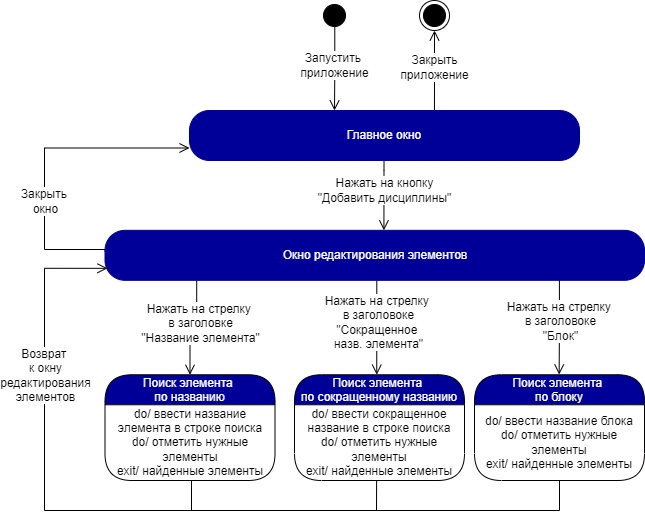
Before: SM_Bloks/Edit_element/Search/State_machine_edit_element_search_1.drawio.png, a diagram exported from draw.io (iCosmos76/Curriculum-Designer). Source tidied: cells renumbered, new cells last; positions are measured from the earlier drawing's top-left corner, leaving out a move shared by most shapes. The source it was exported from:
```xml
<mxGraphModel>
  <root>
    <mxCell id="0" />
    <mxCell id="1" parent="0" />
    <mxCell id="2" style="ellipse;html=1;shape=startState;fillColor=#000000;strokeColor=#000000;fontColor=#000099;" parent="1" vertex="1">
      <mxGeometry x="275" width="30" height="30" as="geometry" />
    </mxCell>
    <mxCell id="3" value="&lt;font style=&quot;font-size: 12px&quot;&gt;Запустить &lt;br&gt;приложение&lt;/font&gt;" style="edgeStyle=orthogonalEdgeStyle;html=1;verticalAlign=bottom;endArrow=open;endSize=8;strokeColor=#030000;rounded=0;exitX=0.509;exitY=0.876;exitDx=0;exitDy=0;exitPerimeter=0;spacingBottom=-14;fontSize=10;" parent="1" edge="1" source="2">
      <mxGeometry relative="1" as="geometry">
        <mxPoint x="290" y="110" as="targetPoint" />
      </mxGeometry>
    </mxCell>
    <mxCell id="4" value="&lt;font style=&quot;font-size: 12px&quot;&gt;Закрыть&lt;br&gt;приложение&lt;/font&gt;" style="edgeStyle=orthogonalEdgeStyle;html=1;verticalAlign=bottom;endArrow=open;endSize=8;strokeColor=#030000;rounded=0;spacingBottom=-14;fontSize=10;entryX=0.5;entryY=1;entryDx=0;entryDy=0;exitX=0.781;exitY=0;exitDx=0;exitDy=0;exitPerimeter=0;" parent="1" edge="1" target="5">
      <mxGeometry relative="1" as="geometry">
        <mxPoint x="390" y="110" as="sourcePoint" />
        <Array as="points">
          <mxPoint x="390" y="70" />
          <mxPoint x="390" y="70" />
        </Array>
      </mxGeometry>
    </mxCell>
    <mxCell id="5" style="ellipse;html=1;shape=endState;fillColor=#000000;strokeColor=#030000;" parent="1" vertex="1">
      <mxGeometry x="375" width="30" height="30" as="geometry" />
    </mxCell>
    <mxCell id="6" value="Главное окно" style="rounded=1;whiteSpace=wrap;html=1;arcSize=40;fontColor=#FFFFFF;fillColor=#000099;strokeColor=#000099;" parent="1" vertex="1">
      <mxGeometry x="145" y="110" width="390" height="50" as="geometry" />
    </mxCell>
    <mxCell id="7" style="edgeStyle=orthogonalEdgeStyle;html=1;verticalAlign=bottom;endArrow=open;endSize=8;strokeColor=#000000;rounded=0;fontSize=10;exitX=0.097;exitY=1.006;exitDx=0;exitDy=0;exitPerimeter=0;entryX=0.154;entryY=0;entryDx=0;entryDy=0;entryPerimeter=0;" parent="1" edge="1">
      <mxGeometry relative="1" as="geometry">
        <mxPoint x="339.5" y="160.1" as="sourcePoint" />
        <mxPoint x="339.4" y="229.8" as="targetPoint" />
        <Array as="points">
          <mxPoint x="339.4" y="169.8" />
        </Array>
      </mxGeometry>
    </mxCell>
    <mxCell id="8" value="Нажать на кнопку&lt;br&gt;&quot;Добавить дисциплины&quot;" style="edgeLabel;html=1;align=center;verticalAlign=middle;fontSize=12;" parent="7" vertex="1">
      <mxGeometry x="-0.25" y="2" relative="1" as="geometry">
        <mxPoint x="-2" y="3" as="offset" />
      </mxGeometry>
    </mxCell>
    <mxCell id="9" value="Поиск элемента &#10;по названию" style="swimlane;fontStyle=0;align=center;verticalAlign=middle;horizontal=1;startSize=30;fontColor=#FFFFFF;rounded=1;arcSize=30;strokeColor=#030000;fillColor=#000099;swimlaneFillColor=#FFFFFF;fontSize=12;" parent="1" vertex="1">
      <mxGeometry x="60.5" y="374.3" width="170" height="105.7" as="geometry" />
    </mxCell>
    <mxCell id="10" value="do/ ввести название элемента в строке поиска&lt;br&gt;do/ отметить нужные элементы&lt;br&gt;exit/ найденные элементы" style="text;html=1;strokeColor=none;fillColor=none;align=center;verticalAlign=middle;spacingLeft=4;spacingRight=4;whiteSpace=wrap;overflow=hidden;fontColor=#000000;fontSize=12;" parent="9" vertex="1">
      <mxGeometry y="30" width="170" height="75.7" as="geometry" />
    </mxCell>
    <mxCell id="11" value="Окно редактирования элементов" style="rounded=1;whiteSpace=wrap;html=1;arcSize=40;fontColor=#FFFFFF;fillColor=#000099;strokeColor=#000099;" parent="1" vertex="1">
      <mxGeometry x="60.5" y="229.8" width="539.5" height="50" as="geometry" />
    </mxCell>
    <mxCell id="12" style="edgeStyle=orthogonalEdgeStyle;html=1;verticalAlign=bottom;endArrow=open;endSize=8;strokeColor=#000000;rounded=0;fontSize=10;entryX=0.5;entryY=0;entryDx=0;entryDy=0;exitX=0.17;exitY=1.01;exitDx=0;exitDy=0;exitPerimeter=0;" parent="1" edge="1" source="11" target="9">
      <mxGeometry relative="1" as="geometry" />
    </mxCell>
    <mxCell id="13" value="Нажать на стрелку &lt;br&gt;в заголовке&lt;br&gt;&quot;Название элемента&quot;" style="edgeLabel;html=1;align=center;verticalAlign=middle;fontSize=12;" parent="12" vertex="1">
      <mxGeometry x="-0.25" y="2" relative="1" as="geometry">
        <mxPoint x="1" y="4" as="offset" />
      </mxGeometry>
    </mxCell>
    <mxCell id="14" style="edgeStyle=orthogonalEdgeStyle;html=1;verticalAlign=bottom;endArrow=open;endSize=8;strokeColor=#000000;rounded=0;fontSize=10;exitX=0.5;exitY=1;exitDx=0;exitDy=0;" parent="1" edge="1" source="10">
      <mxGeometry relative="1" as="geometry">
        <mxPoint x="63" y="267.8" as="targetPoint" />
        <Array as="points">
          <mxPoint x="147" y="480" />
          <mxPoint x="147" y="510" />
          <mxPoint y="510" />
          <mxPoint y="268" />
        </Array>
      </mxGeometry>
    </mxCell>
    <mxCell id="15" value="Возврат &lt;br&gt;к окну&lt;br&gt;редактирования&lt;br&gt;элементов" style="edgeLabel;html=1;align=center;verticalAlign=middle;fontSize=12;" parent="14" vertex="1">
      <mxGeometry x="-0.25" y="2" relative="1" as="geometry">
        <mxPoint x="2" y="-133" as="offset" />
      </mxGeometry>
    </mxCell>
    <mxCell id="16" style="edgeStyle=orthogonalEdgeStyle;html=1;verticalAlign=bottom;endArrow=open;endSize=8;strokeColor=#000000;rounded=0;fontSize=10;exitX=0;exitY=0.42;exitDx=0;exitDy=0;exitPerimeter=0;entryX=0;entryY=0.75;entryDx=0;entryDy=0;" parent="1" edge="1" source="11" target="6">
      <mxGeometry relative="1" as="geometry">
        <Array as="points">
          <mxPoint x="61" y="249" />
          <mxPoint y="249" />
          <mxPoint y="148" />
        </Array>
      </mxGeometry>
    </mxCell>
    <mxCell id="17" value="Закрыть &lt;br&gt;окно" style="edgeLabel;html=1;align=center;verticalAlign=middle;fontSize=12;" parent="16" vertex="1">
      <mxGeometry x="-0.36" y="-2" relative="1" as="geometry">
        <mxPoint x="-2" y="-13" as="offset" />
      </mxGeometry>
    </mxCell>
    <mxCell id="18" style="edgeStyle=orthogonalEdgeStyle;html=1;verticalAlign=bottom;endArrow=open;endSize=8;strokeColor=#000000;rounded=0;fontSize=10;" parent="1" edge="1">
      <mxGeometry relative="1" as="geometry">
        <mxPoint x="332" y="280" as="sourcePoint" />
        <mxPoint x="332.2" y="374.2" as="targetPoint" />
        <Array as="points">
          <mxPoint x="332.1" y="374" />
        </Array>
      </mxGeometry>
    </mxCell>
    <mxCell id="19" value="Нажать на стрелку &lt;br&gt;в заголовоке&lt;br&gt;&quot;Сокращенное &lt;br&gt;назв. элемента&quot;" style="edgeLabel;html=1;align=center;verticalAlign=middle;fontSize=12;" parent="18" vertex="1">
      <mxGeometry x="-0.25" y="2" relative="1" as="geometry">
        <mxPoint x="-1" y="6" as="offset" />
      </mxGeometry>
    </mxCell>
    <mxCell id="20" style="endArrow=none;html=1;rounded=0;" parent="1" edge="1">
      <mxGeometry relative="1" as="geometry">
        <mxPoint x="86.2" y="510" as="sourcePoint" />
        <mxPoint x="515" y="510" as="targetPoint" />
      </mxGeometry>
    </mxCell>
    <mxCell id="21" style="edgeStyle=orthogonalEdgeStyle;html=1;verticalAlign=bottom;endArrow=open;endSize=8;strokeColor=#000000;rounded=0;fontSize=10;" parent="1" edge="1">
      <mxGeometry relative="1" as="geometry">
        <mxPoint x="514.9" y="279.8" as="sourcePoint" />
        <mxPoint x="514.7" y="374" as="targetPoint" />
        <Array as="points">
          <mxPoint x="514.9" y="326.8" />
          <mxPoint x="514.9" y="326.8" />
        </Array>
      </mxGeometry>
    </mxCell>
    <mxCell id="22" value="Нажать на стрелку &lt;br&gt;в заголовоке&lt;br&gt;&quot;Блок&quot;" style="edgeLabel;html=1;align=center;verticalAlign=middle;fontSize=12;" parent="21" vertex="1">
      <mxGeometry x="-0.25" y="2" relative="1" as="geometry">
        <mxPoint x="-1" y="6" as="offset" />
      </mxGeometry>
    </mxCell>
    <mxCell id="23" value="Поиск элемента &#10;по сокращенному названию" style="swimlane;fontStyle=0;align=center;verticalAlign=middle;horizontal=1;startSize=30;fontColor=#FFFFFF;rounded=1;arcSize=30;strokeColor=#030000;fillColor=#000099;swimlaneFillColor=#FFFFFF;fontSize=12;" parent="1" vertex="1">
      <mxGeometry x="250" y="374.3" width="170" height="105.7" as="geometry" />
    </mxCell>
    <mxCell id="24" value="do/ ввести сокращенное название в строке поиска&lt;br&gt;do/ отметить нужные элементы&lt;br&gt;exit/ найденные элементы" style="text;html=1;strokeColor=none;fillColor=none;align=center;verticalAlign=middle;spacingLeft=4;spacingRight=4;whiteSpace=wrap;overflow=hidden;fontColor=#000000;fontSize=12;" parent="23" vertex="1">
      <mxGeometry y="30" width="170" height="75.7" as="geometry" />
    </mxCell>
    <mxCell id="25" value="Поиск элемента &#10;по блоку" style="swimlane;fontStyle=0;align=center;verticalAlign=middle;horizontal=1;startSize=30;fontColor=#FFFFFF;rounded=1;arcSize=30;strokeColor=#030000;fillColor=#000099;swimlaneFillColor=#FFFFFF;fontSize=12;" parent="1" vertex="1">
      <mxGeometry x="430" y="374.3" width="170" height="105.7" as="geometry" />
    </mxCell>
    <mxCell id="26" value="do/ ввести название блока&lt;br&gt;do/ отметить нужные элементы&lt;br&gt;exit/ найденные элементы" style="text;html=1;strokeColor=none;fillColor=none;align=center;verticalAlign=middle;spacingLeft=4;spacingRight=4;whiteSpace=wrap;overflow=hidden;fontColor=#000000;fontSize=12;" parent="25" vertex="1">
      <mxGeometry y="30" width="170" height="75.7" as="geometry" />
    </mxCell>
    <mxCell id="27" style="endArrow=none;html=1;rounded=0;entryX=0.483;entryY=1.004;entryDx=0;entryDy=0;entryPerimeter=0;" parent="1" edge="1" target="24">
      <mxGeometry relative="1" as="geometry">
        <mxPoint x="332" y="510" as="sourcePoint" />
      </mxGeometry>
    </mxCell>
    <mxCell id="28" style="endArrow=none;html=1;rounded=0;entryX=0.5;entryY=1;entryDx=0;entryDy=0;" parent="1" edge="1" target="26">
      <mxGeometry relative="1" as="geometry">
        <mxPoint x="515" y="510" as="sourcePoint" />
      </mxGeometry>
    </mxCell>
  </root>
</mxGraphModel>
```
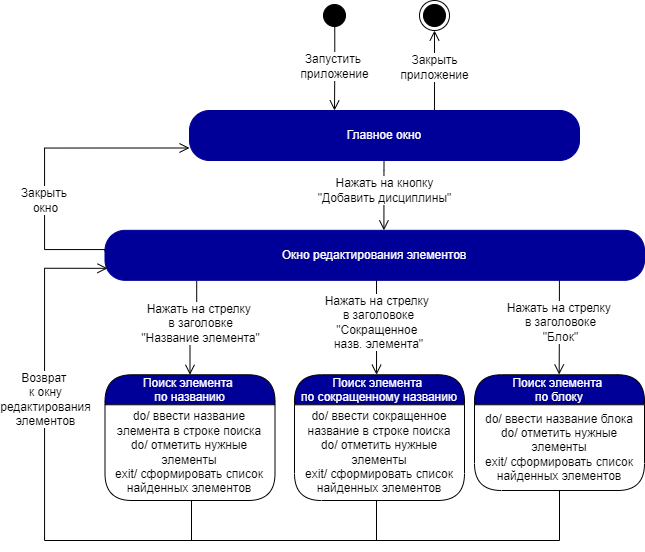
After the change.

Change to the diagram source:
```diff
@@ -40,10 +40,10 @@
       </mxGeometry>
     </mxCell>
     <mxCell id="9" value="Поиск элемента &#10;по названию" style="swimlane;fontStyle=0;align=center;verticalAlign=middle;horizontal=1;startSize=30;fontColor=#FFFFFF;rounded=1;arcSize=30;strokeColor=#030000;fillColor=#000099;swimlaneFillColor=#FFFFFF;fontSize=12;" parent="1" vertex="1">
-      <mxGeometry x="60.5" y="374.3" width="170" height="105.7" as="geometry" />
+      <mxGeometry x="60.5" y="374.3" width="170" height="125.7" as="geometry" />
     </mxCell>
-    <mxCell id="10" value="do/ ввести название элемента в строке поиска&lt;br&gt;do/ отметить нужные элементы&lt;br&gt;exit/ найденные элементы" style="text;html=1;strokeColor=none;fillColor=none;align=center;verticalAlign=middle;spacingLeft=4;spacingRight=4;whiteSpace=wrap;overflow=hidden;fontColor=#000000;fontSize=12;" parent="9" vertex="1">
-      <mxGeometry y="30" width="170" height="75.7" as="geometry" />
+    <mxCell id="10" value="do/ ввести название элемента в строке поиска&lt;br&gt;do/ отметить нужные элементы&lt;br&gt;exit/ сформировать список найденных элементов" style="text;html=1;strokeColor=none;fillColor=none;align=center;verticalAlign=middle;spacingLeft=4;spacingRight=4;whiteSpace=wrap;overflow=hidden;fontColor=#000000;fontSize=12;" parent="9" vertex="1">
+      <mxGeometry y="30" width="170" height="95.7" as="geometry" />
     </mxCell>
     <mxCell id="11" value="Окно редактирования элементов" style="rounded=1;whiteSpace=wrap;html=1;arcSize=40;fontColor=#FFFFFF;fillColor=#000099;strokeColor=#000099;" parent="1" vertex="1">
       <mxGeometry x="60.5" y="229.8" width="539.5" height="50" as="geometry" />
@@ -56,13 +56,13 @@
         <mxPoint x="1" y="4" as="offset" />
       </mxGeometry>
     </mxCell>
-    <mxCell id="14" style="edgeStyle=orthogonalEdgeStyle;html=1;verticalAlign=bottom;endArrow=open;endSize=8;strokeColor=#000000;rounded=0;fontSize=10;exitX=0.5;exitY=1;exitDx=0;exitDy=0;" parent="1" edge="1" source="10">
+    <mxCell id="14" style="edgeStyle=orthogonalEdgeStyle;html=1;verticalAlign=bottom;endArrow=open;endSize=8;strokeColor=#000000;rounded=0;fontSize=10;" parent="1" edge="1">
       <mxGeometry relative="1" as="geometry">
+        <mxPoint x="147" y="500" as="sourcePoint" />
         <mxPoint x="63" y="267.8" as="targetPoint" />
         <Array as="points">
-          <mxPoint x="147" y="480" />
-          <mxPoint x="147" y="510" />
-          <mxPoint y="510" />
+          <mxPoint x="147" y="540" />
+          <mxPoint y="540" />
           <mxPoint y="268" />
         </Array>
       </mxGeometry>
@@ -102,8 +102,8 @@
     </mxCell>
     <mxCell id="20" style="endArrow=none;html=1;rounded=0;" parent="1" edge="1">
       <mxGeometry relative="1" as="geometry">
-        <mxPoint x="86.2" y="510" as="sourcePoint" />
-        <mxPoint x="515" y="510" as="targetPoint" />
+        <mxPoint x="86.2" y="540" as="sourcePoint" />
+        <mxPoint x="515" y="540" as="targetPoint" />
       </mxGeometry>
     </mxCell>
     <mxCell id="21" style="edgeStyle=orthogonalEdgeStyle;html=1;verticalAlign=bottom;endArrow=open;endSize=8;strokeColor=#000000;rounded=0;fontSize=10;" parent="1" edge="1">
@@ -122,25 +122,26 @@
       </mxGeometry>
     </mxCell>
     <mxCell id="23" value="Поиск элемента &#10;по сокращенному названию" style="swimlane;fontStyle=0;align=center;verticalAlign=middle;horizontal=1;startSize=30;fontColor=#FFFFFF;rounded=1;arcSize=30;strokeColor=#030000;fillColor=#000099;swimlaneFillColor=#FFFFFF;fontSize=12;" parent="1" vertex="1">
-      <mxGeometry x="250" y="374.3" width="170" height="105.7" as="geometry" />
+      <mxGeometry x="250" y="374.3" width="170" height="125.7" as="geometry" />
     </mxCell>
-    <mxCell id="24" value="do/ ввести сокращенное название в строке поиска&lt;br&gt;do/ отметить нужные элементы&lt;br&gt;exit/ найденные элементы" style="text;html=1;strokeColor=none;fillColor=none;align=center;verticalAlign=middle;spacingLeft=4;spacingRight=4;whiteSpace=wrap;overflow=hidden;fontColor=#000000;fontSize=12;" parent="23" vertex="1">
-      <mxGeometry y="30" width="170" height="75.7" as="geometry" />
+    <mxCell id="24" value="do/ ввести сокращенное название в строке поиска&lt;br&gt;do/ отметить нужные элементы&lt;br&gt;exit/ сформировать список найденных элементов" style="text;html=1;strokeColor=none;fillColor=none;align=center;verticalAlign=middle;spacingLeft=4;spacingRight=4;whiteSpace=wrap;overflow=hidden;fontColor=#000000;fontSize=12;" parent="23" vertex="1">
+      <mxGeometry y="30" width="170" height="95.7" as="geometry" />
     </mxCell>
     <mxCell id="25" value="Поиск элемента &#10;по блоку" style="swimlane;fontStyle=0;align=center;verticalAlign=middle;horizontal=1;startSize=30;fontColor=#FFFFFF;rounded=1;arcSize=30;strokeColor=#030000;fillColor=#000099;swimlaneFillColor=#FFFFFF;fontSize=12;" parent="1" vertex="1">
-      <mxGeometry x="430" y="374.3" width="170" height="105.7" as="geometry" />
+      <mxGeometry x="430" y="374.3" width="170" height="115.7" as="geometry" />
     </mxCell>
-    <mxCell id="26" value="do/ ввести название блока&lt;br&gt;do/ отметить нужные элементы&lt;br&gt;exit/ найденные элементы" style="text;html=1;strokeColor=none;fillColor=none;align=center;verticalAlign=middle;spacingLeft=4;spacingRight=4;whiteSpace=wrap;overflow=hidden;fontColor=#000000;fontSize=12;" parent="25" vertex="1">
-      <mxGeometry y="30" width="170" height="75.7" as="geometry" />
+    <mxCell id="26" value="do/ ввести название блока&lt;br&gt;do/ отметить нужные элементы&lt;br&gt;exit/ сформировать список найденных элементов" style="text;html=1;strokeColor=none;fillColor=none;align=center;verticalAlign=middle;spacingLeft=4;spacingRight=4;whiteSpace=wrap;overflow=hidden;fontColor=#000000;fontSize=12;" parent="25" vertex="1">
+      <mxGeometry y="30" width="170" height="85.7" as="geometry" />
     </mxCell>
-    <mxCell id="27" style="endArrow=none;html=1;rounded=0;entryX=0.483;entryY=1.004;entryDx=0;entryDy=0;entryPerimeter=0;" parent="1" edge="1" target="24">
+    <mxCell id="27" style="endArrow=none;html=1;rounded=0;" parent="1" edge="1">
       <mxGeometry relative="1" as="geometry">
-        <mxPoint x="332" y="510" as="sourcePoint" />
+        <mxPoint x="332" y="540" as="sourcePoint" />
+        <mxPoint x="332" y="500" as="targetPoint" />
       </mxGeometry>
     </mxCell>
     <mxCell id="28" style="endArrow=none;html=1;rounded=0;entryX=0.5;entryY=1;entryDx=0;entryDy=0;" parent="1" edge="1" target="26">
       <mxGeometry relative="1" as="geometry">
-        <mxPoint x="515" y="510" as="sourcePoint" />
+        <mxPoint x="515" y="540" as="sourcePoint" />
       </mxGeometry>
     </mxCell>
   </root>
```
